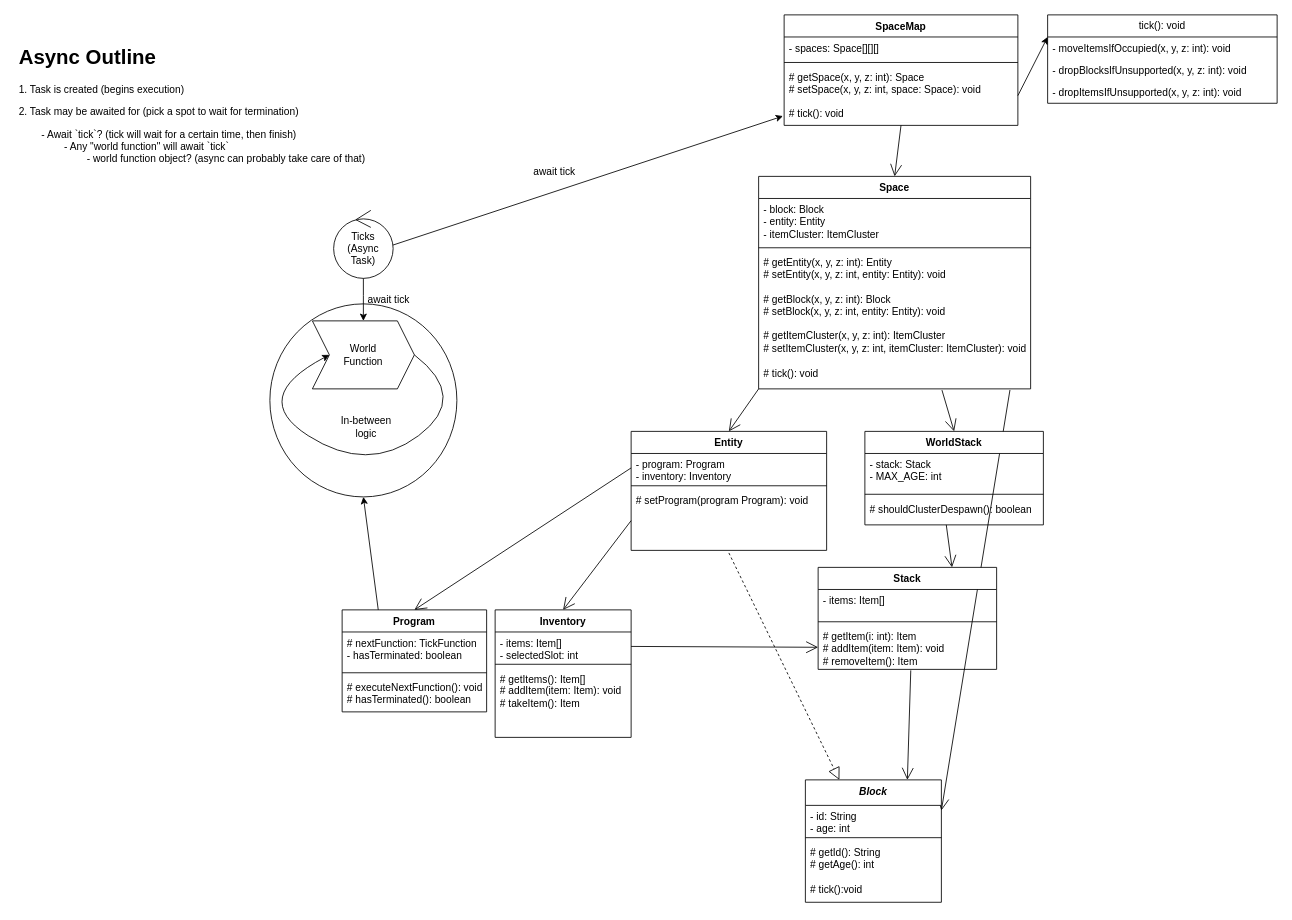
Above: Untitled Diagram.drawio in Scapsters/CCRetweaked (draw.io), before the change. Source tidied: cells renumbered, new cells numbered last; positions are measured from the earlier drawing's top-left corner, leaving out a move shared by most shapes. Both pictures are drawn from the tidied source at 85%, with x=0, y=0 at pixel (14, 14).
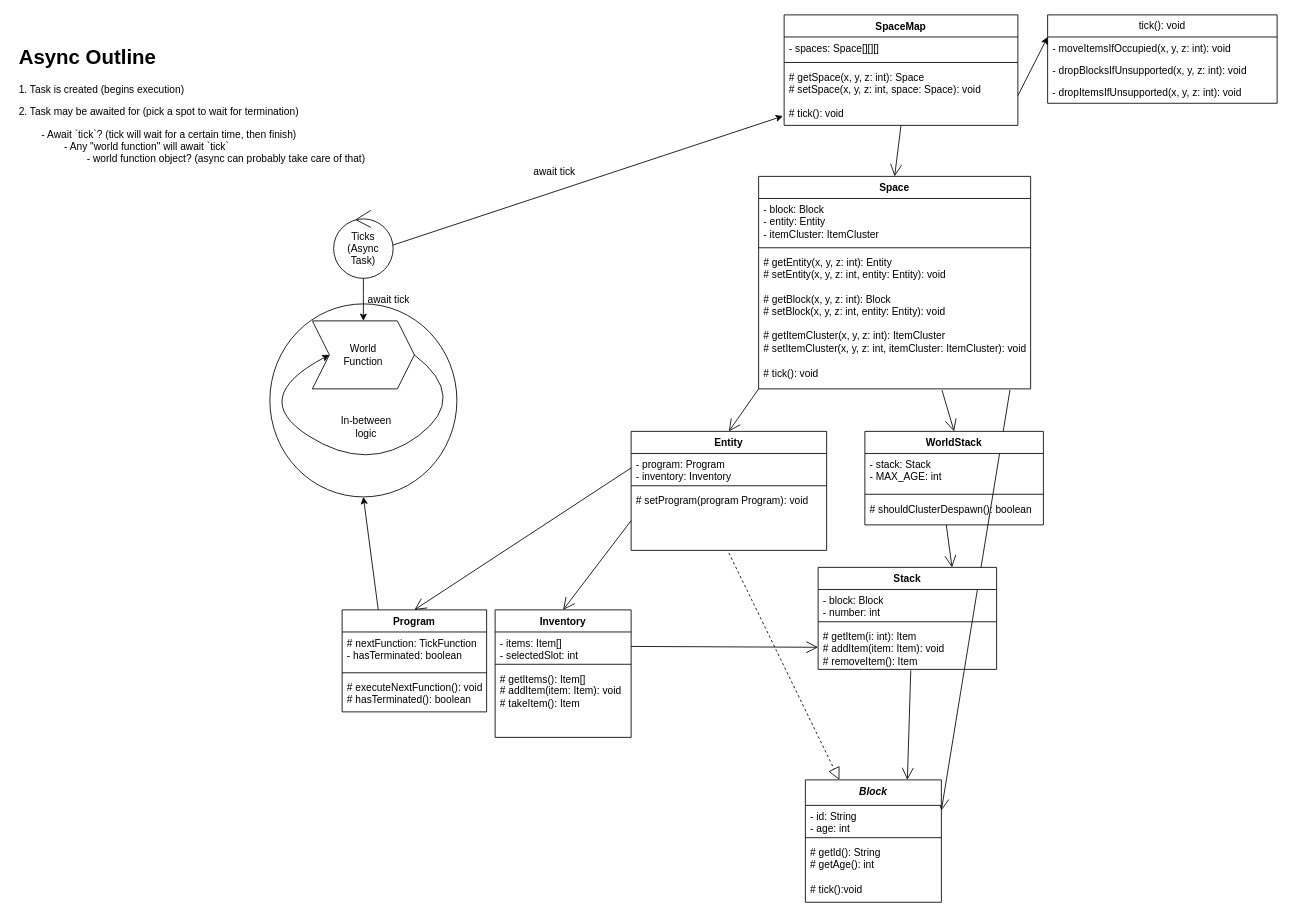
The same diagram, later.

Commit message:
fix just enough to not be grossly misleading

Unchanged cells that the change refers to:
```xml
<mxCell id="23" value="Stack" style="swimlane;fontStyle=1;align=center;verticalAlign=top;horizontal=1;startSize=26;whiteSpace=wrap;html=1;" parent="1" vertex="1">
  <mxGeometry x="945" y="650" width="210" height="120" as="geometry" />
</mxCell>
```

The edit, as a diff of the source:
```diff
@@
-    <mxCell id="24" value="&lt;div&gt;- items: Item[]&lt;/div&gt;" style="text;strokeColor=none;fillColor=none;align=left;verticalAlign=top;spacingLeft=4;spacingRight=4;overflow=hidden;whiteSpace=wrap;html=1;" parent="23" vertex="1">
+    <mxCell id="24" value="&lt;div&gt;- block: Block&lt;/div&gt;&lt;div&gt;- number: int&lt;/div&gt;" style="text;strokeColor=none;fillColor=none;align=left;verticalAlign=top;spacingLeft=4;spacingRight=4;overflow=hidden;whiteSpace=wrap;html=1;" parent="23" vertex="1">
       <mxGeometry y="26" width="210" height="34" as="geometry" />
     </mxCell>
```
